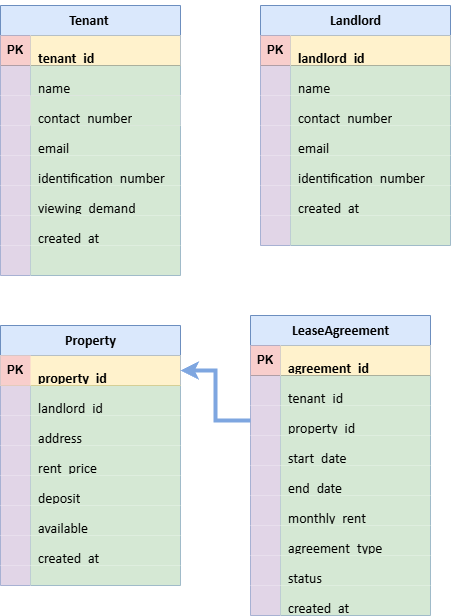
1228785484/RentHouseThing keeps this draw.io diagram as Plans/表设计.png. Above is the earlier version. Source tidied: cells renumbered, new cells last; positions are measured from the earlier drawing's top-left corner, leaving out a move shared by most shapes.
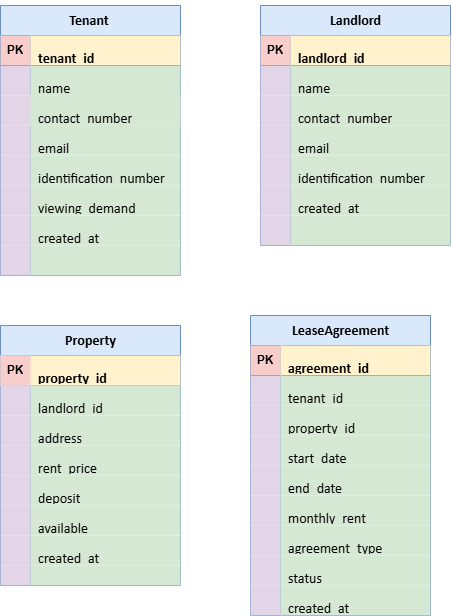
The same diagram one commit later.

Commit message:
更新表设计.png

Change to the diagram source:
```diff
@@ -305,8 +305,5 @@
     <mxCell id="102" value="&lt;p class=&quot;MsoNormal&quot;&gt;&lt;span style=&quot;mso-spacerun:'yes';font-family:宋体;mso-ascii-font-family:Calibri;&lt;br/&gt;mso-hansi-font-family:Calibri;mso-bidi-font-family:'Times New Roman';font-size:10.5000pt;&lt;br/&gt;mso-font-kerning:1.0000pt;&quot;&gt;&lt;font face=&quot;Calibri&quot;&gt;created_at&lt;/font&gt;&lt;/span&gt;&lt;/p&gt;" style="shape=partialRectangle;fillColor=#d5e8d4;top=0;left=0;bottom=0;right=0;align=left;spacingLeft=6;overflow=hidden;whiteSpace=wrap;html=1;strokeColor=#82b366;" parent="100" vertex="1">
       <mxGeometry x="30" width="150" height="30" as="geometry" />
     </mxCell>
-    <mxCell id="103" style="edgeStyle=orthogonalEdgeStyle;shape=connector;rounded=0;jettySize=auto;html=1;entryX=1;entryY=0.5;entryDx=0;entryDy=0;strokeColor=#7EA6E0;strokeWidth=4;align=center;verticalAlign=middle;fontFamily=Helvetica;fontSize=11;fontColor=default;labelBackgroundColor=default;endArrow=classic;" parent="1" edge="1" source="82" target="51">
-      <mxGeometry relative="1" as="geometry" />
-    </mxCell>
   </root>
 </mxGraphModel>
```
